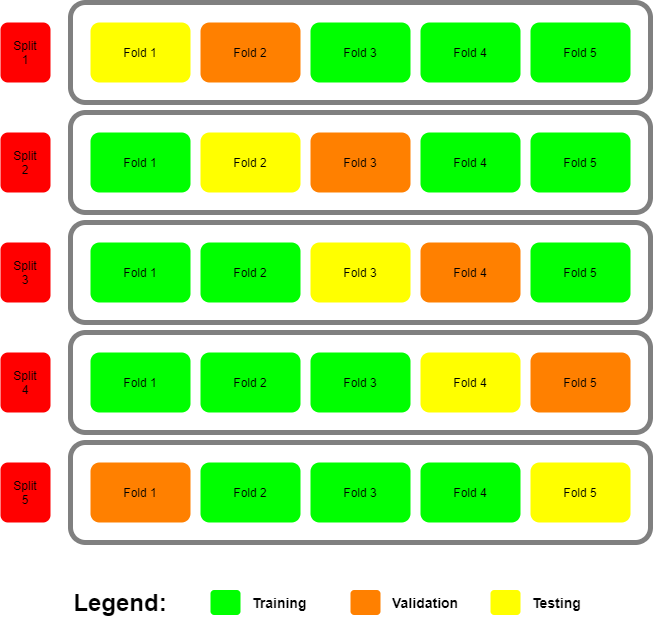
TobiKick/Master-Thesis-EmotionRecognitionInTheWild keeps this draw.io diagram as Figures/CrossValSplit.png. Above is the earlier version. Source tidied: cells renumbered, new cells last; positions are measured from the earlier drawing's top-left corner, leaving out a move shared by most shapes.
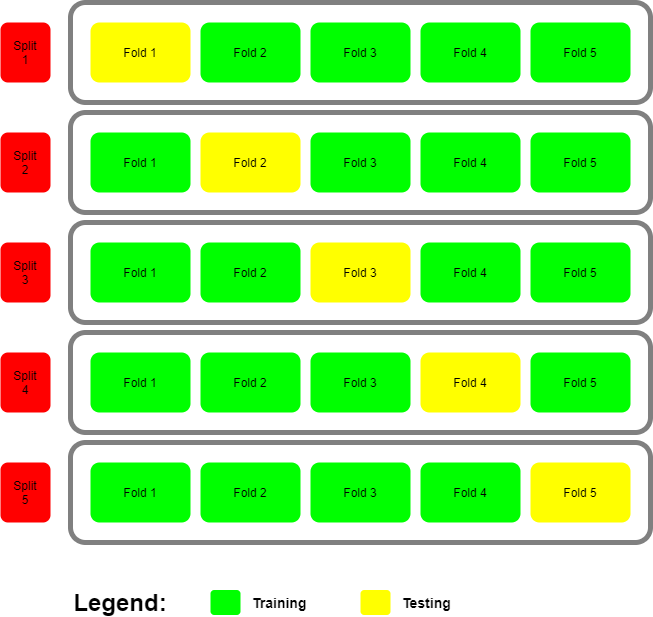
The same file after the commit.

Diff of the diagram source:
```diff
@@ -17,7 +17,7 @@
     <mxCell id="6" style="rounded=1;whiteSpace=wrap;html=1;fontColor=#000000;fillColor=none;strokeColor=#808080;strokeWidth=5;" parent="1" vertex="1">
       <mxGeometry x="70" width="580" height="100" as="geometry" />
     </mxCell>
-    <mxCell id="7" value="Fold 2" style="rounded=1;whiteSpace=wrap;html=1;strokeColor=none;fillColor=#FF8000;" parent="1" vertex="1">
+    <mxCell id="7" value="Fold 2" style="rounded=1;whiteSpace=wrap;html=1;strokeColor=none;fillColor=#00FF00;" parent="1" vertex="1">
       <mxGeometry x="200" y="20" width="100" height="60" as="geometry" />
     </mxCell>
     <mxCell id="8" value="Fold 1" style="rounded=1;whiteSpace=wrap;html=1;strokeColor=none;fillColor=#FFFF00;" parent="1" vertex="1">
@@ -35,7 +35,7 @@
     <mxCell id="12" value="Split&lt;br&gt;1" style="rounded=1;whiteSpace=wrap;html=1;strokeColor=none;fillColor=#FF0000;" parent="1" vertex="1">
       <mxGeometry y="20" width="50" height="60" as="geometry" />
     </mxCell>
-    <mxCell id="13" value="Fold 3" style="rounded=1;whiteSpace=wrap;html=1;strokeColor=none;fillColor=#FF8000;" parent="1" vertex="1">
+    <mxCell id="13" value="Fold 3" style="rounded=1;whiteSpace=wrap;html=1;strokeColor=none;fillColor=#00FF00;" parent="1" vertex="1">
       <mxGeometry x="310" y="130" width="100" height="60" as="geometry" />
     </mxCell>
     <mxCell id="14" value="Fold 2" style="rounded=1;whiteSpace=wrap;html=1;strokeColor=none;fillColor=#FFFF00;" parent="1" vertex="1">
@@ -53,7 +53,7 @@
     <mxCell id="18" value="Split&lt;br&gt;2" style="rounded=1;whiteSpace=wrap;html=1;strokeColor=none;fillColor=#FF0000;" parent="1" vertex="1">
       <mxGeometry y="130" width="50" height="60" as="geometry" />
     </mxCell>
-    <mxCell id="19" value="Fold 4" style="rounded=1;whiteSpace=wrap;html=1;strokeColor=none;fillColor=#FF8000;" parent="1" vertex="1">
+    <mxCell id="19" value="Fold 4" style="rounded=1;whiteSpace=wrap;html=1;strokeColor=none;fillColor=#00FF00;" parent="1" vertex="1">
       <mxGeometry x="420" y="240" width="100" height="60" as="geometry" />
     </mxCell>
     <mxCell id="20" value="Fold 3" style="rounded=1;whiteSpace=wrap;html=1;strokeColor=none;fillColor=#FFFF00;" parent="1" vertex="1">
@@ -71,7 +71,7 @@
     <mxCell id="24" value="Split&lt;br&gt;3" style="rounded=1;whiteSpace=wrap;html=1;strokeColor=none;fillColor=#FF0000;" parent="1" vertex="1">
       <mxGeometry y="240" width="50" height="60" as="geometry" />
     </mxCell>
-    <mxCell id="25" value="Fold 5" style="rounded=1;whiteSpace=wrap;html=1;strokeColor=none;fillColor=#FF8000;" parent="1" vertex="1">
+    <mxCell id="25" value="Fold 5" style="rounded=1;whiteSpace=wrap;html=1;strokeColor=none;fillColor=#00FF00;" parent="1" vertex="1">
       <mxGeometry x="530" y="350" width="100" height="60" as="geometry" />
     </mxCell>
     <mxCell id="26" value="Fold 4" style="rounded=1;whiteSpace=wrap;html=1;strokeColor=none;fillColor=#FFFF00;" parent="1" vertex="1">
@@ -89,7 +89,7 @@
     <mxCell id="30" value="Split&lt;br&gt;4" style="rounded=1;whiteSpace=wrap;html=1;strokeColor=none;fillColor=#FF0000;" parent="1" vertex="1">
       <mxGeometry y="350" width="50" height="60" as="geometry" />
     </mxCell>
-    <mxCell id="31" value="Fold 1" style="rounded=1;whiteSpace=wrap;html=1;strokeColor=none;fillColor=#FF8000;" parent="1" vertex="1">
+    <mxCell id="31" value="Fold 1" style="rounded=1;whiteSpace=wrap;html=1;strokeColor=none;fillColor=#00FF00;" parent="1" vertex="1">
       <mxGeometry x="90" y="460" width="100" height="60" as="geometry" />
     </mxCell>
     <mxCell id="32" value="Fold 5" style="rounded=1;whiteSpace=wrap;html=1;strokeColor=none;fillColor=#FFFF00;" parent="1" vertex="1">
@@ -116,17 +116,11 @@
     <mxCell id="39" value="&lt;b&gt;&lt;font style=&quot;font-size: 14px&quot;&gt;Training&lt;/font&gt;&lt;/b&gt;" style="text;html=1;strokeColor=none;fillColor=none;align=left;verticalAlign=middle;whiteSpace=wrap;rounded=0;" parent="1" vertex="1">
       <mxGeometry x="250" y="590" width="40" height="20" as="geometry" />
     </mxCell>
-    <mxCell id="40" style="rounded=1;whiteSpace=wrap;html=1;strokeColor=none;fillColor=#FF8000;" parent="1" vertex="1">
-      <mxGeometry x="350" y="587.5" width="30" height="25" as="geometry" />
-    </mxCell>
-    <mxCell id="41" value="&lt;b&gt;&lt;font style=&quot;font-size: 14px&quot;&gt;Validation&lt;/font&gt;&lt;/b&gt;" style="text;html=1;strokeColor=none;fillColor=none;align=left;verticalAlign=middle;whiteSpace=wrap;rounded=0;" parent="1" vertex="1">
-      <mxGeometry x="390" y="590" width="40" height="20" as="geometry" />
-    </mxCell>
     <mxCell id="42" style="rounded=1;whiteSpace=wrap;html=1;strokeColor=none;fillColor=#FFFF00;" parent="1" vertex="1">
-      <mxGeometry x="490" y="587.5" width="30" height="25" as="geometry" />
+      <mxGeometry x="360" y="587.5" width="30" height="25" as="geometry" />
     </mxCell>
     <mxCell id="43" value="&lt;b&gt;&lt;font style=&quot;font-size: 14px&quot;&gt;Testing&lt;/font&gt;&lt;/b&gt;" style="text;html=1;strokeColor=none;fillColor=none;align=left;verticalAlign=middle;whiteSpace=wrap;rounded=0;" parent="1" vertex="1">
-      <mxGeometry x="530" y="590" width="40" height="20" as="geometry" />
+      <mxGeometry x="400" y="590" width="40" height="20" as="geometry" />
     </mxCell>
   </root>
 </mxGraphModel>
```
